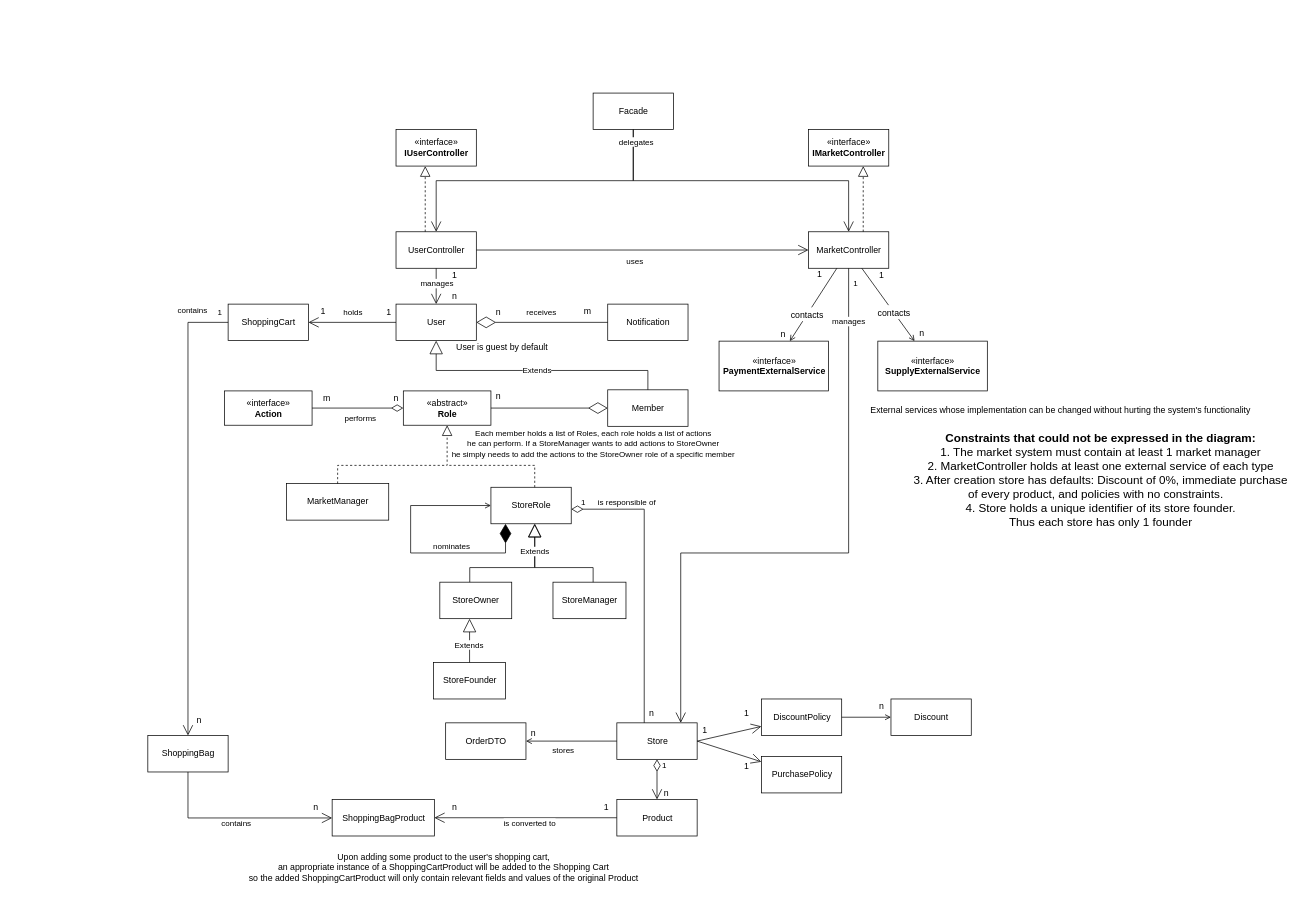
This is page "White Diagram" (1 of 2) of Workshop.drawio from itaitzruia4/Workshop, a draw.io file, before an edit. Source tidied: cells renumbered, new cells numbered last; positions are measured from the earlier drawing's top-left corner, leaving out a move shared by most shapes. Both pictures are drawn from the tidied source at 73%, with x=0, y=0 at pixel (12, 93).
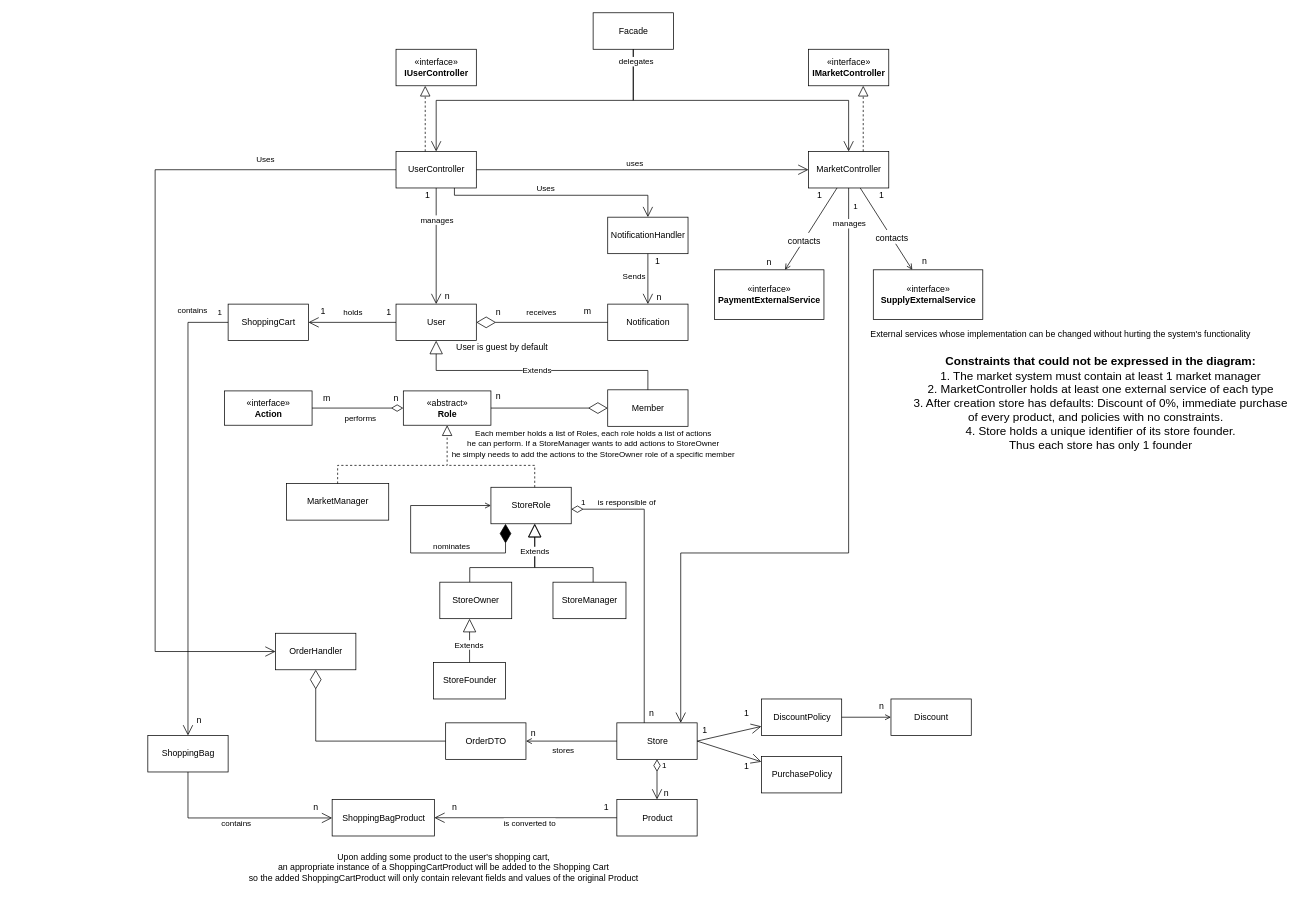
After the change.

Commit message:
Added OrderHandler and NotificationHandler classes

Unchanged cells that the change refers to:
```xml
<mxCell id="7" value="Notification" style="html=1;" parent="1" vertex="1">
  <mxGeometry x="815" y="289.1" width="110" height="50" as="geometry" />
</mxCell>
<mxCell id="32" value="1" style="endArrow=open;html=1;endSize=12;startArrow=none;startSize=14;startFill=0;edgeStyle=orthogonalEdgeStyle;align=left;verticalAlign=bottom;rounded=0;endFill=0;" parent="1" edge="1" source="6" target="28">
  <mxGeometry x="-0.93" y="5" relative="1" as="geometry">
    <Array as="points">
      <mxPoint x="1145" y="630" />
      <mxPoint x="915" y="630" />
    </Array>
  </mxGeometry>
</mxCell>
<mxCell id="75" value="OrderDTO" style="html=1;" parent="1" vertex="1">
  <mxGeometry x="593" y="862.7" width="110" height="50" as="geometry" />
</mxCell>
<mxCell id="101" style="endArrow=open;endFill=1;endSize=12;html=1;rounded=0;" parent="1" edge="1" source="5" target="6">
  <mxGeometry relative="1" as="geometry" />
</mxCell>
```

What changed in the source:
```diff
@@
     <mxCell id="2" value="«interface»&lt;br&gt;&lt;b&gt;PaymentExternalService&lt;/b&gt;" style="html=1;" parent="1" vertex="1">
-      <mxGeometry x="967.5" y="339.8" width="150" height="68.2" as="geometry" />
+      <mxGeometry x="961.2" y="242.1" width="150" height="68.2" as="geometry" />
     </mxCell>
     <mxCell id="3" value="«interface»&lt;br&gt;&lt;b&gt;SupplyExternalService&lt;/b&gt;" style="html=1;" parent="1" vertex="1">
-      <mxGeometry x="1185" y="339.8" width="150" height="68.2" as="geometry" />
+      <mxGeometry x="1178.8" y="242.1" width="150" height="68.2" as="geometry" />
     </mxCell>
     <mxCell id="4" value="External services whose implementation can be changed without hurting the system's functionality" style="text;html=1;align=center;verticalAlign=middle;strokeColor=none;fillColor=none;" parent="1" vertex="1">
-      <mxGeometry x="1165" y="425" width="540" height="20" as="geometry" />
+      <mxGeometry x="1165" y="320" width="540" height="20" as="geometry" />
     </mxCell>
     <mxCell id="5" value="UserController" style="html=1;" parent="1" vertex="1">
-      <mxGeometry x="525" y="190" width="110" height="50" as="geometry" />
+      <mxGeometry x="525" y="80" width="110" height="50" as="geometry" />
     </mxCell>
     <mxCell id="6" value="MarketController" style="html=1;" parent="1" vertex="1">
-      <mxGeometry x="1090" y="190" width="110" height="50" as="geometry" />
+      <mxGeometry x="1090" y="80" width="110" height="50" as="geometry" />
     </mxCell>
@@
     <mxCell id="13" value="1" style="text;html=1;align=center;verticalAlign=middle;strokeColor=none;fillColor=none;" parent="1" vertex="1">
-      <mxGeometry x="1180" y="240" width="20" height="20" as="geometry" />
+      <mxGeometry x="1180" y="130" width="20" height="20" as="geometry" />
     </mxCell>
     <mxCell id="14" value="n" style="text;html=1;align=center;verticalAlign=middle;strokeColor=none;fillColor=none;" parent="1" vertex="1">
-      <mxGeometry x="1045" y="319.8" width="20" height="20" as="geometry" />
+      <mxGeometry x="1026.2" y="222.1" width="20" height="20" as="geometry" />
     </mxCell>
     <mxCell id="15" value="n" style="text;html=1;align=center;verticalAlign=middle;strokeColor=none;fillColor=none;" parent="1" vertex="1">
-      <mxGeometry x="1235" y="319.1" width="20" height="20" as="geometry" />
+      <mxGeometry x="1238.8" y="221.4" width="20" height="20" as="geometry" />
     </mxCell>
     <mxCell id="16" value="1" style="text;html=1;align=center;verticalAlign=middle;strokeColor=none;fillColor=none;" parent="1" vertex="1">
-      <mxGeometry x="1094.5" y="239" width="20" height="20" as="geometry" />
+      <mxGeometry x="1095" y="130" width="20" height="20" as="geometry" />
     </mxCell>
     <mxCell id="17" value="n" style="text;html=1;align=center;verticalAlign=middle;strokeColor=none;fillColor=none;" parent="1" vertex="1">
-      <mxGeometry x="595" y="269.1" width="20" height="20" as="geometry" />
+      <mxGeometry x="585" y="269.1" width="20" height="20" as="geometry" />
     </mxCell>
@@
     <mxCell id="33" value="manages" style="edgeLabel;html=1;align=center;verticalAlign=middle;" parent="32" vertex="1">
-      <mxGeometry x="-0.83" y="-1" relative="1" as="geometry" />
+      <mxGeometry x="-0.83" y="-1" relative="1" as="geometry">
+        <mxPoint x="1" y="-34" as="offset" />
+      </mxGeometry>
     </mxCell>
@@
     <mxCell id="47" value="1" style="text;html=1;align=center;verticalAlign=middle;strokeColor=none;fillColor=none;" parent="1" vertex="1">
-      <mxGeometry x="595" y="240" width="20" height="20" as="geometry" />
+      <mxGeometry x="557.5" y="130" width="20" height="20" as="geometry" />
     </mxCell>
@@
     <mxCell id="87" value="&lt;font style=&quot;font-size: 16px&quot;&gt;&lt;b&gt;Constraints that could not be expressed in the diagram:&lt;/b&gt;&lt;br&gt;1. The market system must contain at least 1 market manager&lt;br&gt;2. MarketController holds at least one external service of each type&lt;br&gt;3. After creation store has defaults: Discount of 0%, immediate purchase&lt;br&gt;of every product, and policies with no constraints.&amp;nbsp; &amp;nbsp;&lt;br&gt;4. Store holds a unique identifier of its store founder. &lt;br&gt;Thus each store has only 1 founder&lt;br&gt;&lt;/font&gt;" style="text;html=1;align=center;verticalAlign=middle;strokeColor=none;fillColor=none;" parent="1" vertex="1">
-      <mxGeometry x="1225" y="475" width="530" height="110" as="geometry" />
+      <mxGeometry x="1225" y="370" width="530" height="110" as="geometry" />
     </mxCell>
     <mxCell id="88" value="Facade" style="html=1;" parent="1" vertex="1">
-      <mxGeometry x="795" width="110" height="50" as="geometry" />
+      <mxGeometry x="795" y="-110" width="110" height="50" as="geometry" />
     </mxCell>
     <mxCell id="89" style="endArrow=open;endFill=1;endSize=12;html=1;rounded=0;edgeStyle=orthogonalEdgeStyle;" parent="1" edge="1" source="88" target="6">
       <mxGeometry relative="1" as="geometry">
         <Array as="points">
-          <mxPoint x="850" y="120" />
-          <mxPoint x="1145" y="120" />
+          <mxPoint x="850" y="10" />
+          <mxPoint x="1145" y="10" />
         </Array>
       </mxGeometry>
     </mxCell>
     <mxCell id="90" style="endArrow=open;endFill=1;endSize=12;html=1;rounded=0;edgeStyle=orthogonalEdgeStyle;" parent="1" edge="1" source="88" target="5">
       <mxGeometry relative="1" as="geometry">
         <Array as="points">
-          <mxPoint x="850" y="120" />
-          <mxPoint x="580" y="120" />
+          <mxPoint x="850" y="10" />
+          <mxPoint x="580" y="10" />
         </Array>
       </mxGeometry>
     </mxCell>
@@
     <mxCell id="97" value="«interface»&lt;br&gt;&lt;b&gt;IUserController&lt;/b&gt;" style="html=1;" parent="1" vertex="1">
-      <mxGeometry x="525" y="50" width="110" height="50" as="geometry" />
+      <mxGeometry x="525" y="-60" width="110" height="50" as="geometry" />
     </mxCell>
     <mxCell id="98" value="«interface»&lt;br&gt;&lt;b&gt;IMarketController&lt;/b&gt;" style="html=1;" parent="1" vertex="1">
-      <mxGeometry x="1090" y="50" width="110" height="50" as="geometry" />
+      <mxGeometry x="1090" y="-60" width="110" height="50" as="geometry" />
     </mxCell>
     <mxCell id="99" style="endArrow=block;dashed=1;endFill=0;endSize=12;html=1;rounded=0;edgeStyle=orthogonalEdgeStyle;" parent="1" edge="1" source="5" target="97">
       <mxGeometry relative="1" as="geometry">
         <Array as="points">
-          <mxPoint x="565" y="150" />
-          <mxPoint x="565" y="150" />
+          <mxPoint x="565" y="40" />
+          <mxPoint x="565" y="40" />
         </Array>
       </mxGeometry>
     </mxCell>
     <mxCell id="100" style="endArrow=block;dashed=1;endFill=0;endSize=12;html=1;rounded=0;edgeStyle=orthogonalEdgeStyle;" parent="1" edge="1" source="6" target="98">
       <mxGeometry relative="1" as="geometry">
         <Array as="points">
-          <mxPoint x="1165" y="180" />
-          <mxPoint x="1165" y="180" />
+          <mxPoint x="1165" y="70" />
+          <mxPoint x="1165" y="70" />
         </Array>
       </mxGeometry>
     </mxCell>
@@
     <mxCell id="102" value="uses" style="edgeLabel;html=1;align=center;verticalAlign=middle;" parent="101" vertex="1">
       <mxGeometry x="-0.29" y="-4" relative="1" as="geometry">
-        <mxPoint x="54" y="11" as="offset" />
+        <mxPoint x="54" y="-13" as="offset" />
       </mxGeometry>
     </mxCell>
+    <mxCell id="103" value="NotificationHandler" style="html=1;" parent="1" vertex="1">
+      <mxGeometry x="815" y="170" width="110" height="50" as="geometry" />
+    </mxCell>
+    <mxCell id="104" style="endArrow=open;endFill=1;endSize=12;html=1;rounded=0;" parent="1" edge="1" source="103" target="7">
+      <mxGeometry relative="1" as="geometry" />
+    </mxCell>
+    <mxCell id="105" value="Sends" style="edgeLabel;html=1;align=center;verticalAlign=middle;" parent="104" vertex="1">
+      <mxGeometry x="-0.3" y="1" relative="1" as="geometry">
+        <mxPoint x="-21" y="6" as="offset" />
+      </mxGeometry>
+    </mxCell>
+    <mxCell id="106" value="1" style="text;html=1;align=center;verticalAlign=middle;strokeColor=none;fillColor=none;" parent="1" vertex="1">
+      <mxGeometry x="872.5" y="220" width="20" height="20" as="geometry" />
+    </mxCell>
+    <mxCell id="107" value="n" style="text;html=1;align=center;verticalAlign=middle;strokeColor=none;fillColor=none;" parent="1" vertex="1">
+      <mxGeometry x="875" y="270" width="20" height="20" as="geometry" />
+    </mxCell>
+    <mxCell id="108" style="endArrow=open;endFill=1;endSize=12;html=1;rounded=0;edgeStyle=orthogonalEdgeStyle;" parent="1" edge="1" source="5" target="103">
+      <mxGeometry relative="1" as="geometry">
+        <Array as="points">
+          <mxPoint x="605" y="140" />
+          <mxPoint x="870" y="140" />
+        </Array>
+      </mxGeometry>
+    </mxCell>
+    <mxCell id="109" value="Uses" style="edgeLabel;html=1;align=center;verticalAlign=middle;" parent="108" vertex="1">
+      <mxGeometry x="-0.12" y="2" relative="1" as="geometry">
+        <mxPoint y="-8" as="offset" />
+      </mxGeometry>
+    </mxCell>
+    <mxCell id="110" value="OrderHandler" style="html=1;" parent="1" vertex="1">
+      <mxGeometry x="360" y="740" width="110" height="50" as="geometry" />
+    </mxCell>
+    <mxCell id="111" style="endArrow=diamondThin;endFill=0;endSize=24;html=1;rounded=0;edgeStyle=orthogonalEdgeStyle;" parent="1" edge="1" source="75" target="110">
+      <mxGeometry relative="1" as="geometry" />
+    </mxCell>
+    <mxCell id="112" style="endArrow=open;endFill=1;endSize=12;html=1;rounded=0;edgeStyle=orthogonalEdgeStyle;" parent="1" edge="1" source="5" target="110">
+      <mxGeometry relative="1" as="geometry">
+        <Array as="points">
+          <mxPoint x="195" y="105" />
+          <mxPoint x="195" y="765" />
+        </Array>
+      </mxGeometry>
+    </mxCell>
+    <mxCell id="113" value="Uses" style="edgeLabel;html=1;align=center;verticalAlign=middle;" parent="112" vertex="1">
+      <mxGeometry x="-0.69" y="1" relative="1" as="geometry">
+        <mxPoint x="-1" y="-16" as="offset" />
+      </mxGeometry>
+    </mxCell>
```
